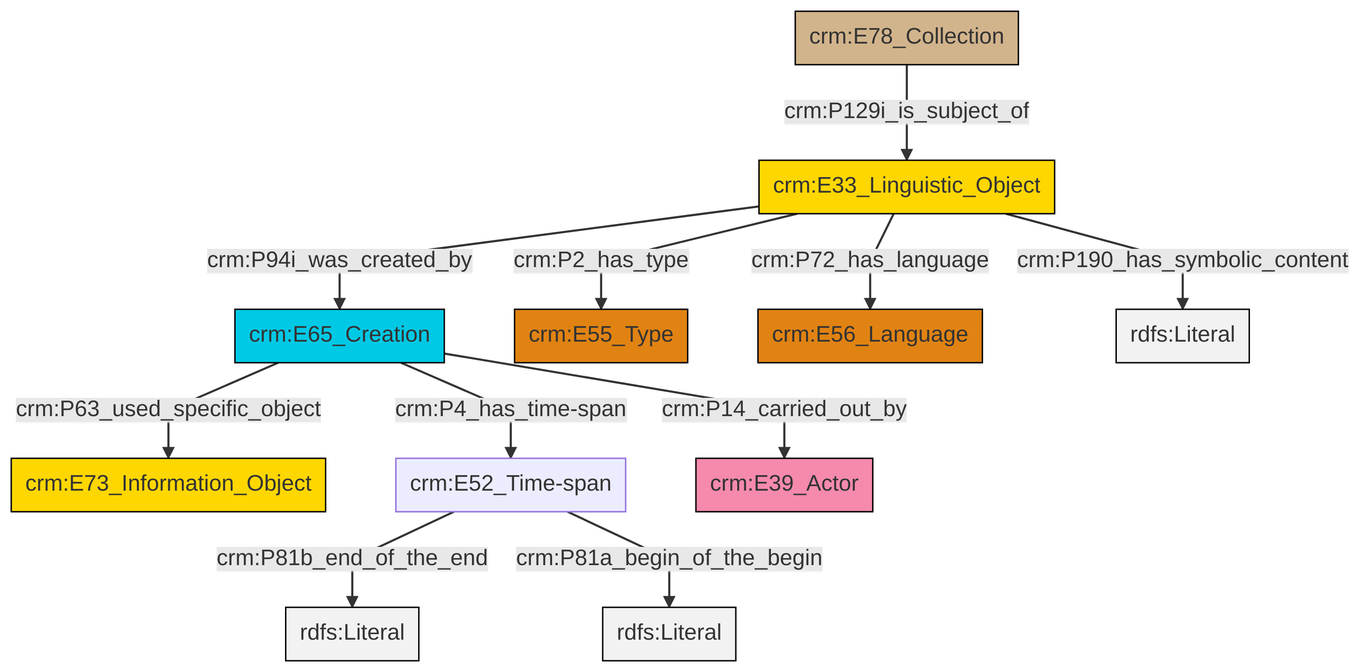
The Mermaid diagram et/archivalCSV/ttl/mmd/png/archival_desc.png in swiss-art-research-net/docs.swissartresearch, before a commit. Its source is kept beside it as et/archivalCSV/ttl/mmd/archival_desc.ttl.mmd.
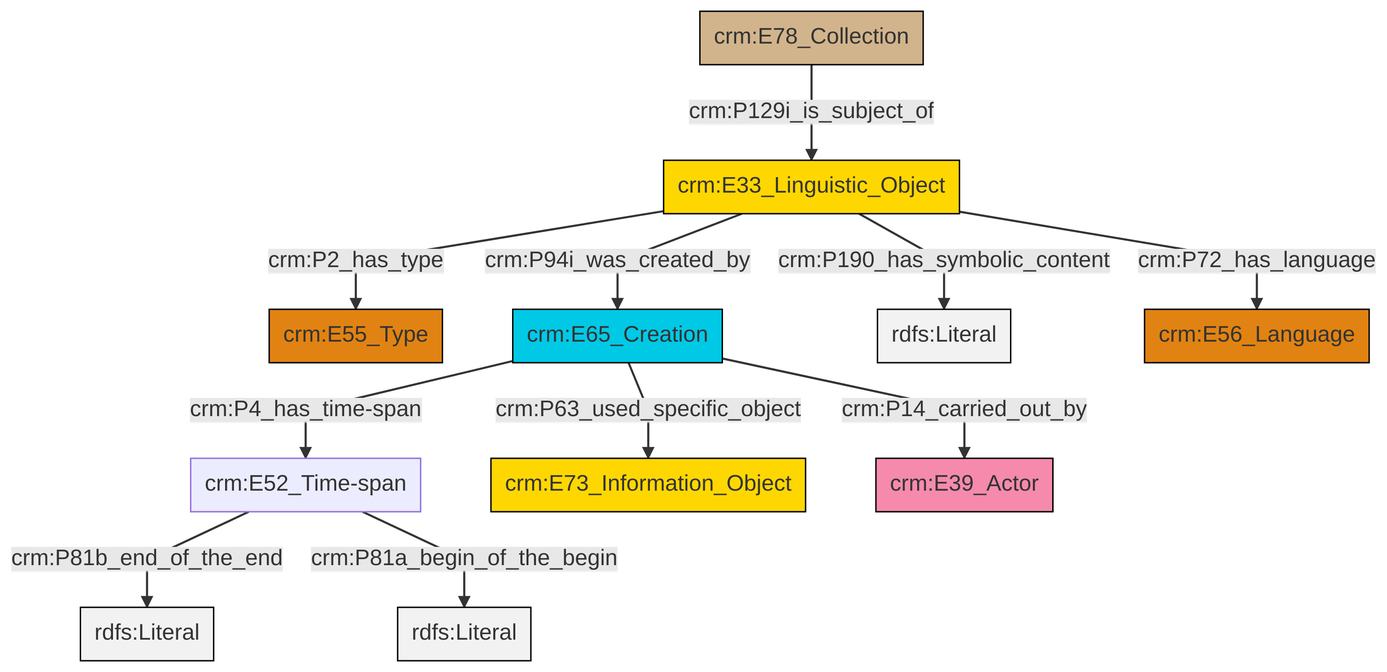
The same diagram one commit later.

The edit, as a diff of the source:
```diff
@@ -13,13 +13,13 @@
 classDef PC_Classes fill:#4ce600, stroke:#000000;
 classDef Multi fill:#cccccc,stroke:#000000;
 
-0["crm:E65_Creation"]:::Temporal_Entity -->|crm:P63_used_specific_object| 1["crm:E73_Information_Object"]:::Conceptual_Object
-0["crm:E65_Creation"]:::Temporal_Entity -->|crm:P4_has_time-span| 3["crm:E52_Time-span"]:::Default
-4["crm:E33_Linguistic_Object"]:::Conceptual_Object -->|crm:P2_has_type| 5["crm:E55_Type"]:::Type
-4["crm:E33_Linguistic_Object"]:::Conceptual_Object -->|crm:P72_has_language| 6["crm:E56_Language"]:::Type
-3["crm:E52_Time-span"]:::Default -->|crm:P81b_end_of_the_end| 7[rdfs:Literal]:::Literal
-9["crm:E78_Collection"]:::Physical_Thing -->|crm:P129i_is_subject_of| 4["crm:E33_Linguistic_Object"]:::Conceptual_Object
-3["crm:E52_Time-span"]:::Default -->|crm:P81a_begin_of_the_begin| 11[rdfs:Literal]:::Literal
-4["crm:E33_Linguistic_Object"]:::Conceptual_Object -->|crm:P190_has_symbolic_content| 16[rdfs:Literal]:::Literal
-0["crm:E65_Creation"]:::Temporal_Entity -->|crm:P14_carried_out_by| 14["crm:E39_Actor"]:::Actor
-4["crm:E33_Linguistic_Object"]:::Conceptual_Object -->|crm:P94i_was_created_by| 0["crm:E65_Creation"]:::Temporal_Entity
+0["crm:E78_Collection"]:::Physical_Thing -->|crm:P129i_is_subject_of| 1["crm:E33_Linguistic_Object"]:::Conceptual_Object
+3["crm:E52_Time-span"]:::Default -->|crm:P81b_end_of_the_end| 5[rdfs:Literal]:::Literal
+1["crm:E33_Linguistic_Object"]:::Conceptual_Object -->|crm:P2_has_type| 6["crm:E55_Type"]:::Type
+1["crm:E33_Linguistic_Object"]:::Conceptual_Object -->|crm:P94i_was_created_by| 7["crm:E65_Creation"]:::Temporal_Entity
+7["crm:E65_Creation"]:::Temporal_Entity -->|crm:P14_carried_out_by| 10["crm:E39_Actor"]:::Actor
+7["crm:E65_Creation"]:::Temporal_Entity -->|crm:P4_has_time-span| 3["crm:E52_Time-span"]:::Default
+3["crm:E52_Time-span"]:::Default -->|crm:P81a_begin_of_the_begin| 13[rdfs:Literal]:::Literal
+1["crm:E33_Linguistic_Object"]:::Conceptual_Object -->|crm:P190_has_symbolic_content| 15[rdfs:Literal]:::Literal
+7["crm:E65_Creation"]:::Temporal_Entity -->|crm:P63_used_specific_object| 8["crm:E73_Information_Object"]:::Conceptual_Object
+1["crm:E33_Linguistic_Object"]:::Conceptual_Object -->|crm:P72_has_language| 16["crm:E56_Language"]:::Type
```
